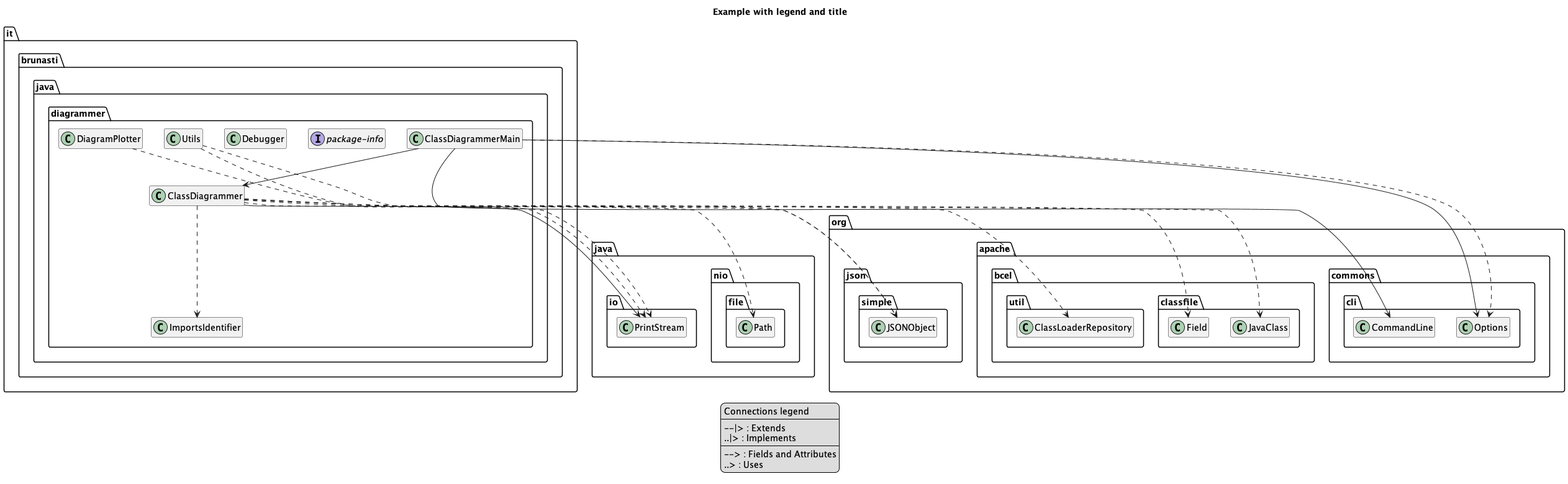
Earlier version of the PlantUML export temp/test-output.png (brunasti/java-diagrammer).
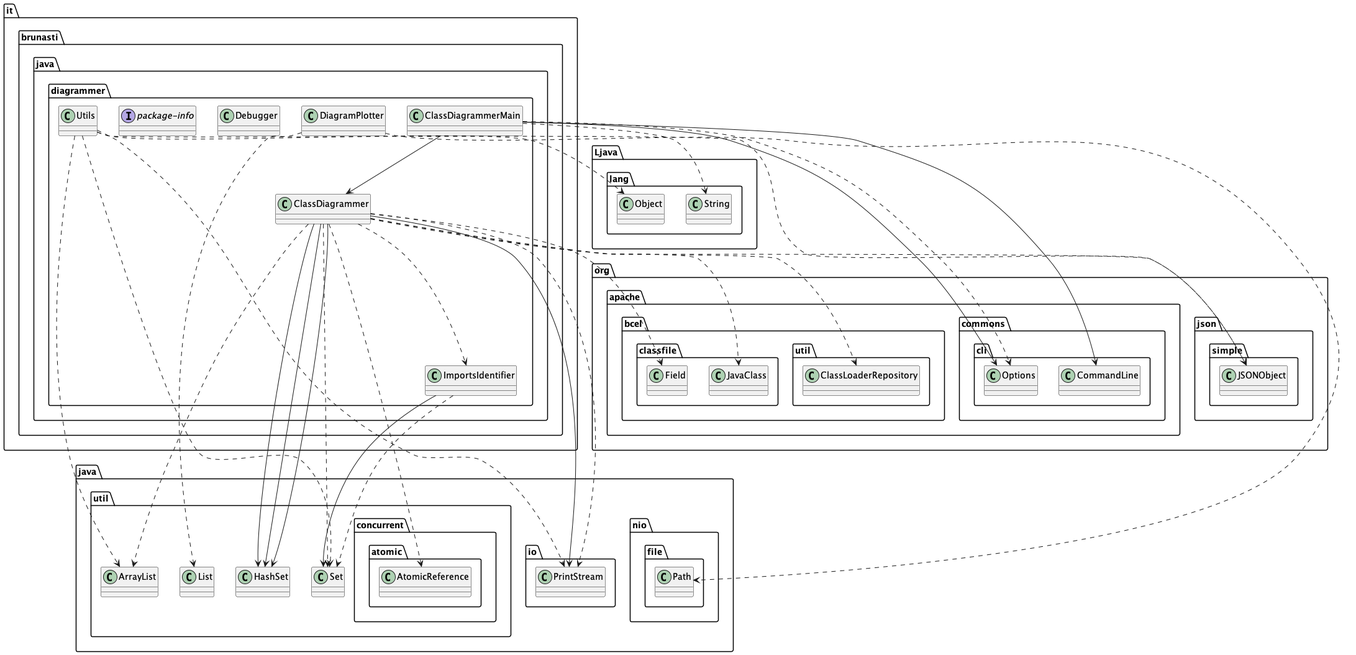
After the commit.

Diff of the diagram source:
```diff
@@ -1,20 +1,5 @@
 @startuml
 
-
-title Example with legend and title
-
-hide empty members
-
-
-legend
-Connections legend
-----
---|> : Extends
-..|> : Implements
-----
---> : Fields and Attributes
-..> : Uses
-end legend
 
 
 
@@ -29,19 +14,32 @@
 
 
 it.brunasti.java.diagrammer.ClassDiagrammer --> java.io.PrintStream
+it.brunasti.java.diagrammer.ClassDiagrammer --> java.util.HashSet
+it.brunasti.java.diagrammer.ClassDiagrammer --> java.util.HashSet
+it.brunasti.java.diagrammer.ClassDiagrammer --> java.util.HashSet
 it.brunasti.java.diagrammer.ClassDiagrammerMain --> org.apache.commons.cli.CommandLine
 it.brunasti.java.diagrammer.ClassDiagrammerMain --> it.brunasti.java.diagrammer.ClassDiagrammer
 it.brunasti.java.diagrammer.ClassDiagrammerMain --> org.apache.commons.cli.Options
+it.brunasti.java.diagrammer.ImportsIdentifier --> java.util.Set
 
 it.brunasti.java.diagrammer.ClassDiagrammer ..> java.io.PrintStream
 it.brunasti.java.diagrammer.ClassDiagrammer ..> org.json.simple.JSONObject
+it.brunasti.java.diagrammer.ClassDiagrammer ..> java.util.Set
 it.brunasti.java.diagrammer.ClassDiagrammer ..> org.apache.bcel.classfile.JavaClass
 it.brunasti.java.diagrammer.ClassDiagrammer ..> org.apache.bcel.classfile.Field
+it.brunasti.java.diagrammer.ClassDiagrammer ..> java.util.ArrayList
 it.brunasti.java.diagrammer.ClassDiagrammer ..> org.apache.bcel.util.ClassLoaderRepository
 it.brunasti.java.diagrammer.ClassDiagrammer ..> it.brunasti.java.diagrammer.ImportsIdentifier
+it.brunasti.java.diagrammer.ClassDiagrammer ..> java.util.concurrent.atomic.AtomicReference
+it.brunasti.java.diagrammer.Utils ..> Ljava.lang.Object
 it.brunasti.java.diagrammer.Utils ..> java.io.PrintStream
+it.brunasti.java.diagrammer.Utils ..> java.util.ArrayList
+it.brunasti.java.diagrammer.Utils ..> java.util.Set
 it.brunasti.java.diagrammer.Utils ..> org.json.simple.JSONObject
+it.brunasti.java.diagrammer.ClassDiagrammerMain ..> Ljava.lang.String
 it.brunasti.java.diagrammer.ClassDiagrammerMain ..> org.apache.commons.cli.Options
+it.brunasti.java.diagrammer.ImportsIdentifier ..> java.util.Set
+it.brunasti.java.diagrammer.DiagramPlotter ..> java.util.List
 it.brunasti.java.diagrammer.DiagramPlotter ..> java.nio.file.Path
 
 
```
